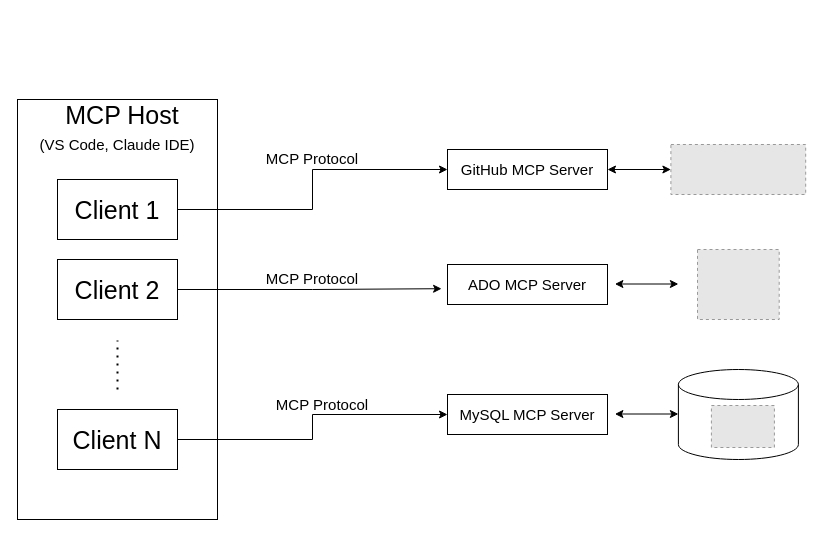
surajnaik90/ai keeps this draw.io diagram as mcps/mcp-architecture.drawio. Above is the earlier version. Source tidied: cells renumbered, new cells numbered last; positions are measured from the earlier drawing's top-left corner, leaving out a move shared by most shapes. Both pictures are drawn from the tidied source at 100%, with x=0, y=0 at pixel (17, 99). Pictures stored in the file or linked from it are replaced by grey dashed boxes.
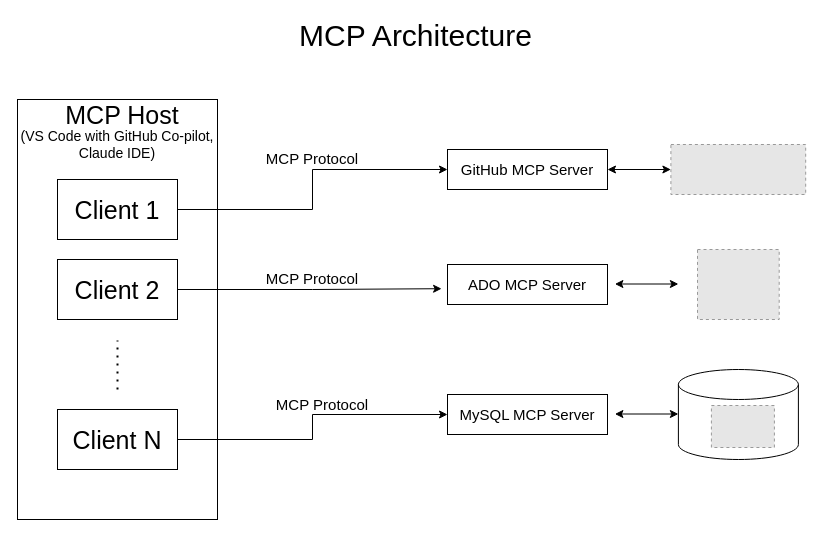
After the change.

Diff of the diagram source:
```diff
@@
-    <mxCell id="24" value="&lt;span style=&quot;font-size: 15px;&quot;&gt;(VS Code, Claude IDE)&lt;/span&gt;" style="text;html=1;align=center;verticalAlign=middle;whiteSpace=wrap;rounded=0;" parent="1" vertex="1">
-      <mxGeometry x="10" y="30" width="180" height="30" as="geometry" />
+    <mxCell id="24" value="&lt;font style=&quot;font-size: 14px;&quot;&gt;(VS Code with GitHub Co-pilot, Claude IDE)&lt;/font&gt;" style="text;html=1;align=center;verticalAlign=middle;whiteSpace=wrap;rounded=0;" parent="1" vertex="1">
+      <mxGeometry y="30" width="200" height="30" as="geometry" />
     </mxCell>
+    <mxCell id="25" value="&lt;font style=&quot;font-size: 30px;&quot;&gt;MCP Architecture&lt;/font&gt;" style="text;html=1;align=center;verticalAlign=middle;whiteSpace=wrap;rounded=0;" parent="1" vertex="1">
+      <mxGeometry x="144.4" y="-79" width="509" height="30" as="geometry" />
+    </mxCell>
```
